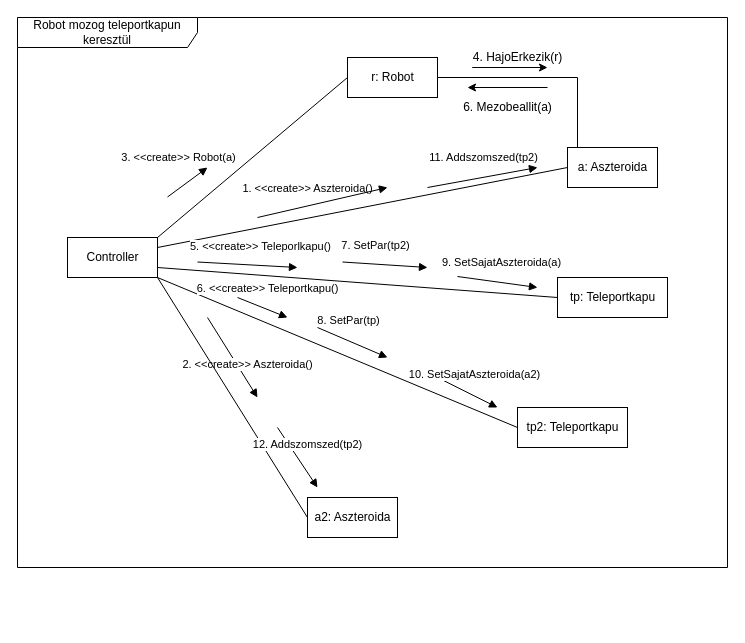
Above: page "RobotTPMozgas" (2 of 3) of doc/kommunikacio/TeleportMozgas.drawio in torpeBoiGo/aszteroidabanyaszat (draw.io), before the change. Source tidied: cells renumbered, new cells numbered last; positions are measured from the earlier drawing's top-left corner, leaving out a move shared by most shapes. Both pictures are drawn from the tidied source at 100%, with x=0, y=0 at pixel (17, 17).
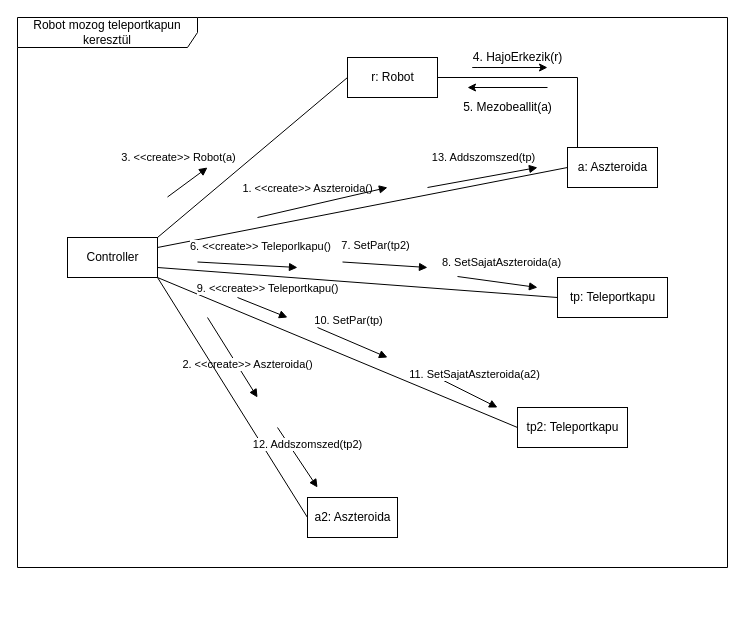
After the change.

Unchanged cells that the change refers to:
```xml
<mxCell id="6" value="tp: Teleportkapu" style="html=1;" parent="1" vertex="1">
  <mxGeometry x="540" y="260" width="110" height="40" as="geometry" />
</mxCell>
<mxCell id="7" value="Controller" style="html=1;" parent="1" vertex="1">
  <mxGeometry x="50" y="220" width="90" height="40" as="geometry" />
</mxCell>
<mxCell id="15" value="tp2: Teleportkapu" style="html=1;" parent="1" vertex="1">
  <mxGeometry x="500" y="390" width="110" height="40" as="geometry" />
</mxCell>
```

Diff of the diagram source:
```diff
@@
-    <mxCell id="10" value="5. &amp;lt;&amp;lt;create&amp;gt;&amp;gt; Teleporlkapu()" style="html=1;verticalAlign=bottom;endArrow=none;entryX=0;entryY=0.5;entryDx=0;entryDy=0;endFill=0;" parent="1" edge="1" target="6">
+    <mxCell id="10" value="6. &amp;lt;&amp;lt;create&amp;gt;&amp;gt; Teleporlkapu()" style="html=1;verticalAlign=bottom;endArrow=none;entryX=0;entryY=0.5;entryDx=0;entryDy=0;endFill=0;" parent="1" edge="1" target="6">
       <mxGeometry x="-0.49" y="20" relative="1" as="geometry">
         <mxPoint x="140" y="250" as="sourcePoint" />
       </mxGeometry>
     </mxCell>
@@
-    <mxCell id="16" value="6. &amp;lt;&amp;lt;create&amp;gt;&amp;gt; Teleportkapu()" style="html=1;verticalAlign=bottom;endArrow=none;exitX=1;exitY=1;exitDx=0;exitDy=0;entryX=0;entryY=0.5;entryDx=0;entryDy=0;endFill=0;" parent="1" edge="1" source="7" target="15">
+    <mxCell id="16" value="9. &amp;lt;&amp;lt;create&amp;gt;&amp;gt; Teleportkapu()" style="html=1;verticalAlign=bottom;endArrow=none;exitX=1;exitY=1;exitDx=0;exitDy=0;entryX=0;entryY=0.5;entryDx=0;entryDy=0;endFill=0;" parent="1" edge="1" source="7" target="15">
       <mxGeometry x="-0.44" y="24" relative="1" as="geometry" />
     </mxCell>
-    <mxCell id="17" value="9. SetSajatAszteroida(a)" style="html=1;verticalAlign=bottom;endArrow=block;" parent="1" edge="1">
+    <mxCell id="17" value="8. SetSajatAszteroida(a)" style="html=1;verticalAlign=bottom;endArrow=block;" parent="1" edge="1">
       <mxGeometry x="0.06" y="11" relative="1" as="geometry">
         <mxPoint x="440" y="259" as="sourcePoint" />
         <mxPoint x="520" y="270" as="targetPoint" />
       </mxGeometry>
     </mxCell>
@@
-    <mxCell id="27" value="10. SetSajatAszteroida(a2)" style="html=1;verticalAlign=bottom;endArrow=block;" parent="1" edge="1">
+    <mxCell id="27" value="11. SetSajatAszteroida(a2)" style="html=1;verticalAlign=bottom;endArrow=block;" parent="1" edge="1">
       <mxGeometry x="0.06" y="11" relative="1" as="geometry">
         <mxPoint x="420" y="360" as="sourcePoint" />
         <mxPoint x="480" y="390" as="targetPoint" />
       </mxGeometry>
     </mxCell>
-    <mxCell id="28" value="11. Addszomszed(tp2)" style="html=1;verticalAlign=bottom;endArrow=block;" parent="1" edge="1">
+    <mxCell id="28" value="13. Addszomszed(tp)" style="html=1;verticalAlign=bottom;endArrow=block;" parent="1" edge="1">
       <mxGeometry x="0.06" y="11" relative="1" as="geometry">
         <mxPoint x="410" y="170" as="sourcePoint" />
         <mxPoint x="520" y="150" as="targetPoint" />
       </mxGeometry>
     </mxCell>
-    <mxCell id="29" value="8. SetPar(tp)" style="html=1;verticalAlign=bottom;endArrow=block;" parent="1" edge="1">
+    <mxCell id="29" value="10. SetPar(tp)" style="html=1;verticalAlign=bottom;endArrow=block;" parent="1" edge="1">
       <mxGeometry x="-0.25" y="10" relative="1" as="geometry">
         <mxPoint x="300" y="310" as="sourcePoint" />
         <mxPoint x="370" y="340" as="targetPoint" />
       </mxGeometry>
     </mxCell>
@@
-    <mxCell id="31" value="6. Mezobeallit(a)" style="text;html=1;align=center;verticalAlign=middle;" parent="1" vertex="1">
+    <mxCell id="31" value="5. Mezobeallit(a)" style="text;html=1;align=center;verticalAlign=middle;" parent="1" vertex="1">
       <mxGeometry x="440" y="80" width="100" height="20" as="geometry" />
     </mxCell>
```
